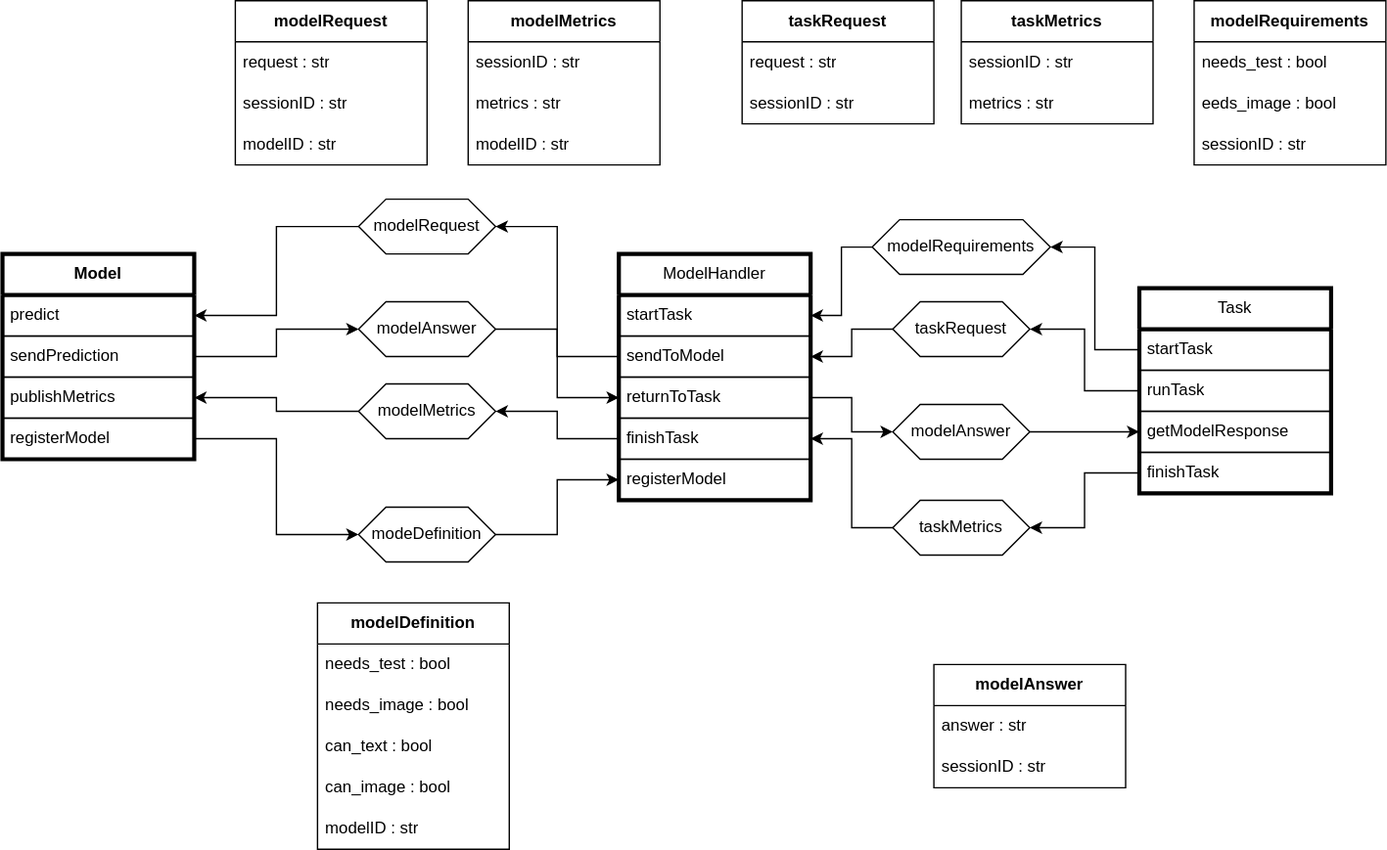
viivi-uhari/CollaborativeAI keeps this draw.io diagram as task_template/docs/threecomp_layout.svg. Above is the earlier version. Source tidied: cells renumbered, new cells last; positions are measured from the earlier drawing's top-left corner, leaving out a move shared by most shapes.
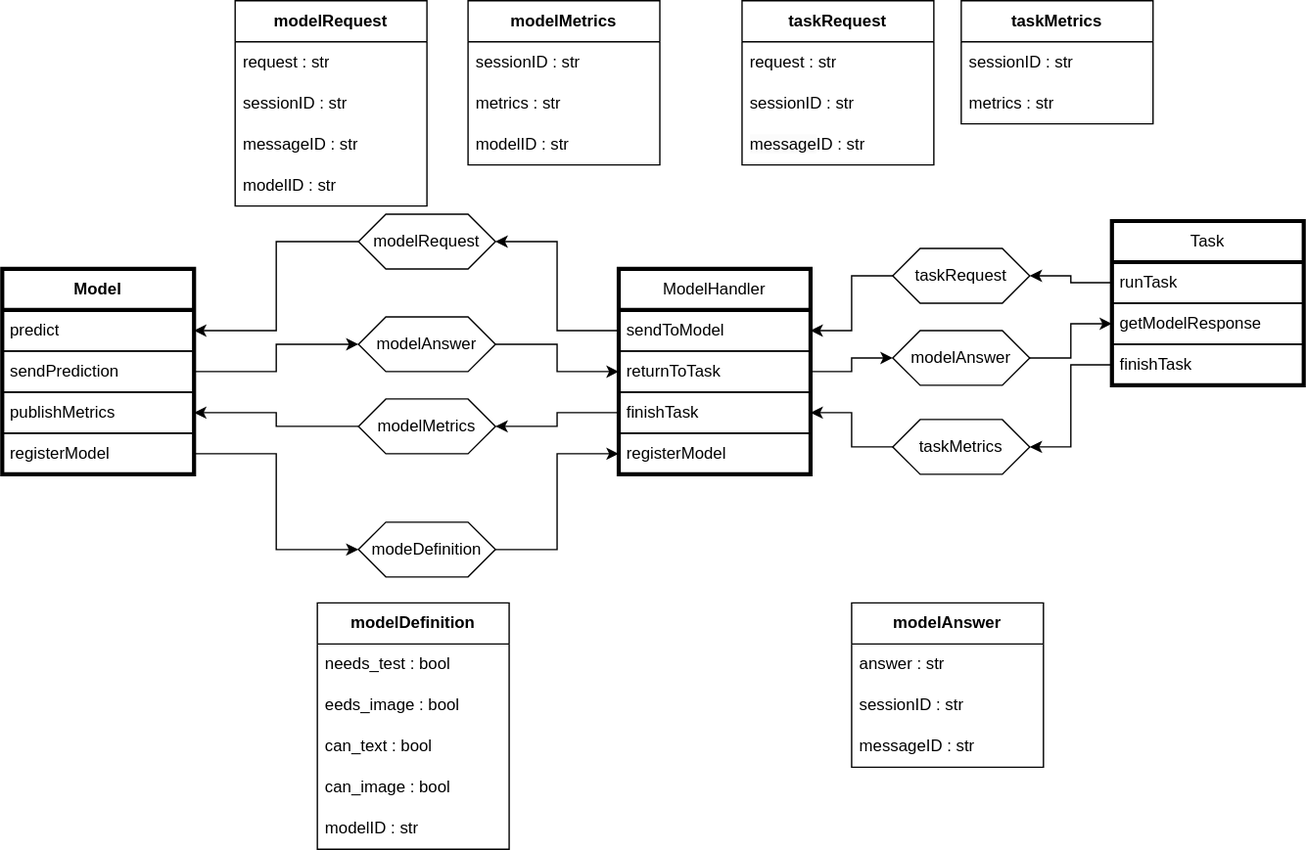
Above is the later version.

What changed in the source:
```diff
@@ -3,7 +3,7 @@
     <mxCell id="0" />
     <mxCell id="1" parent="0" />
     <mxCell id="2" value="&lt;b&gt;taskRequest&lt;/b&gt;" style="swimlane;fontStyle=0;horizontal=1;startSize=30;whiteSpace=wrap;html=1;" parent="1" vertex="1">
-      <mxGeometry x="540" width="140" height="90" as="geometry" />
+      <mxGeometry x="540" width="140" height="120" as="geometry" />
     </mxCell>
     <mxCell id="3" value="request : str" style="text;strokeColor=none;fillColor=none;align=left;verticalAlign=middle;spacingLeft=4;spacingRight=4;overflow=hidden;whiteSpace=wrap;html=1;" parent="2" vertex="1">
       <mxGeometry y="30" width="140" height="30" as="geometry" />
@@ -11,50 +11,47 @@
     <mxCell id="4" value="sessionID : str" style="text;strokeColor=none;fillColor=none;align=left;verticalAlign=middle;spacingLeft=4;spacingRight=4;overflow=hidden;whiteSpace=wrap;html=1;" parent="2" vertex="1">
       <mxGeometry y="60" width="140" height="30" as="geometry" />
     </mxCell>
+    <mxCell id="69" value="&lt;span style=&quot;color: rgb(0, 0, 0); font-family: Helvetica; font-size: 12px; font-style: normal; font-variant-ligatures: normal; font-variant-caps: normal; font-weight: 400; letter-spacing: normal; orphans: 2; text-align: left; text-indent: 0px; text-transform: none; widows: 2; word-spacing: 0px; -webkit-text-stroke-width: 0px; white-space: normal; background-color: rgb(251, 251, 251); text-decoration-thickness: initial; text-decoration-style: initial; text-decoration-color: initial; display: inline !important; float: none;&quot;&gt;message&lt;/span&gt;ID : str" style="text;strokeColor=none;fillColor=none;align=left;verticalAlign=middle;spacingLeft=4;spacingRight=4;overflow=hidden;whiteSpace=wrap;html=1;" parent="2" vertex="1">
+      <mxGeometry y="90" width="140" height="30" as="geometry" />
+    </mxCell>
     <mxCell id="5" style="edgeStyle=orthogonalEdgeStyle;rounded=0;jettySize=auto;html=1;exitX=0;exitY=0.5;exitDx=0;exitDy=0;entryX=1;entryY=0.5;entryDx=0;entryDy=0;" parent="1" edge="1" source="6" target="9">
       <mxGeometry relative="1" as="geometry" />
     </mxCell>
     <mxCell id="6" value="taskRequest" style="shape=hexagon;perimeter=hexagonPerimeter2;whiteSpace=wrap;html=1;fixedSize=1;" parent="1" vertex="1">
-      <mxGeometry x="650" y="220" width="100" height="40" as="geometry" />
+      <mxGeometry x="650" y="181" width="100" height="40" as="geometry" />
     </mxCell>
     <mxCell id="7" value="ModelHandler" style="swimlane;fontStyle=0;horizontal=1;startSize=30;whiteSpace=wrap;html=1;strokeWidth=3;" parent="1" vertex="1">
-      <mxGeometry x="450" y="185" width="140" height="180" as="geometry" />
+      <mxGeometry x="450" y="196" width="140" height="150" as="geometry" />
     </mxCell>
-    <mxCell id="8" value="startTask" style="text;strokeColor=default;fillColor=none;align=left;verticalAlign=middle;spacingLeft=4;spacingRight=4;overflow=hidden;points=[[0,0.5],[1,0.5]];portConstraint=eastwest;whiteSpace=wrap;html=1;" parent="7" vertex="1">
-      <mxGeometry y="30" width="140" height="30" as="geometry" />
-    </mxCell>
     <mxCell id="9" value="sendToModel" style="text;strokeColor=default;fillColor=none;align=left;verticalAlign=middle;spacingLeft=4;spacingRight=4;overflow=hidden;points=[[0,0.5],[1,0.5]];portConstraint=eastwest;whiteSpace=wrap;html=1;" parent="7" vertex="1">
-      <mxGeometry y="60" width="140" height="30" as="geometry" />
+      <mxGeometry y="30" width="140" height="30" as="geometry" />
     </mxCell>
     <mxCell id="10" value="returnToTask" style="text;strokeColor=default;fillColor=none;align=left;verticalAlign=middle;spacingLeft=4;spacingRight=4;overflow=hidden;points=[[0,0.5],[1,0.5]];portConstraint=eastwest;whiteSpace=wrap;html=1;" parent="7" vertex="1">
-      <mxGeometry y="90" width="140" height="30" as="geometry" />
+      <mxGeometry y="60" width="140" height="30" as="geometry" />
     </mxCell>
     <mxCell id="11" value="finishTask" style="text;strokeColor=default;fillColor=none;align=left;verticalAlign=middle;spacingLeft=4;spacingRight=4;overflow=hidden;points=[[0,0.5],[1,0.5]];portConstraint=eastwest;whiteSpace=wrap;html=1;" parent="7" vertex="1">
-      <mxGeometry y="120" width="140" height="30" as="geometry" />
+      <mxGeometry y="90" width="140" height="30" as="geometry" />
     </mxCell>
     <mxCell id="12" value="registerModel" style="text;strokeColor=default;fillColor=none;align=left;verticalAlign=middle;spacingLeft=4;spacingRight=4;overflow=hidden;points=[[0,0.5],[1,0.5]];portConstraint=eastwest;whiteSpace=wrap;html=1;" parent="7" vertex="1">
-      <mxGeometry y="150" width="140" height="30" as="geometry" />
+      <mxGeometry y="120" width="140" height="30" as="geometry" />
     </mxCell>
     <mxCell id="13" value="Task" style="swimlane;fontStyle=0;horizontal=1;startSize=30;whiteSpace=wrap;html=1;strokeWidth=3;" parent="1" vertex="1">
-      <mxGeometry x="830" y="210" width="140" height="150" as="geometry" />
+      <mxGeometry x="810" y="161" width="140" height="120" as="geometry" />
     </mxCell>
-    <mxCell id="14" value="startTask" style="text;strokeColor=default;fillColor=none;align=left;verticalAlign=middle;spacingLeft=4;spacingRight=4;overflow=hidden;points=[[0,0.5],[1,0.5]];portConstraint=eastwest;whiteSpace=wrap;html=1;" parent="13" vertex="1">
-      <mxGeometry y="30" width="140" height="30" as="geometry" />
-    </mxCell>
     <mxCell id="15" value="runTask" style="text;strokeColor=default;fillColor=none;align=left;verticalAlign=middle;spacingLeft=4;spacingRight=4;overflow=hidden;points=[[0,0.5],[1,0.5]];portConstraint=eastwest;whiteSpace=wrap;html=1;" parent="13" vertex="1">
-      <mxGeometry y="60" width="140" height="30" as="geometry" />
+      <mxGeometry y="30" width="140" height="30" as="geometry" />
     </mxCell>
     <mxCell id="16" value="getModelResponse" style="text;strokeColor=default;fillColor=none;align=left;verticalAlign=middle;spacingLeft=4;spacingRight=4;overflow=hidden;points=[[0,0.5],[1,0.5]];portConstraint=eastwest;whiteSpace=wrap;html=1;" parent="13" vertex="1">
-      <mxGeometry y="90" width="140" height="30" as="geometry" />
+      <mxGeometry y="60" width="140" height="30" as="geometry" />
     </mxCell>
     <mxCell id="17" value="finishTask" style="text;strokeColor=default;fillColor=none;align=left;verticalAlign=middle;spacingLeft=4;spacingRight=4;overflow=hidden;points=[[0,0.5],[1,0.5]];portConstraint=eastwest;whiteSpace=wrap;html=1;" parent="13" vertex="1">
-      <mxGeometry y="120" width="140" height="30" as="geometry" />
+      <mxGeometry y="90" width="140" height="30" as="geometry" />
     </mxCell>
     <mxCell id="18" style="edgeStyle=orthogonalEdgeStyle;rounded=0;jettySize=auto;html=1;exitX=0;exitY=0.5;exitDx=0;exitDy=0;entryX=1;entryY=0.5;entryDx=0;entryDy=0;" parent="1" edge="1" source="15" target="6">
       <mxGeometry relative="1" as="geometry" />
     </mxCell>
     <mxCell id="19" value="&lt;b&gt;modelAnswer&lt;/b&gt;" style="swimlane;fontStyle=0;horizontal=1;startSize=30;whiteSpace=wrap;html=1;" parent="1" vertex="1">
-      <mxGeometry x="680" y="485" width="140" height="90" as="geometry" />
+      <mxGeometry x="620" y="440" width="140" height="120" as="geometry" />
     </mxCell>
     <mxCell id="20" value="answer : str" style="text;strokeColor=none;fillColor=none;align=left;verticalAlign=middle;spacingLeft=4;spacingRight=4;overflow=hidden;whiteSpace=wrap;html=1;" parent="19" vertex="1">
       <mxGeometry y="30" width="140" height="30" as="geometry" />
@@ -62,8 +59,11 @@
     <mxCell id="21" value="sessionID : str" style="text;strokeColor=none;fillColor=none;align=left;verticalAlign=middle;spacingLeft=4;spacingRight=4;overflow=hidden;whiteSpace=wrap;html=1;" parent="19" vertex="1">
       <mxGeometry y="60" width="140" height="30" as="geometry" />
     </mxCell>
+    <mxCell id="70" value="messageID : str" style="text;strokeColor=none;fillColor=none;align=left;verticalAlign=middle;spacingLeft=4;spacingRight=4;overflow=hidden;whiteSpace=wrap;html=1;" parent="19" vertex="1">
+      <mxGeometry y="90" width="140" height="30" as="geometry" />
+    </mxCell>
     <mxCell id="22" value="&lt;b&gt;Model&lt;/b&gt;" style="swimlane;fontStyle=0;horizontal=1;startSize=30;whiteSpace=wrap;html=1;strokeWidth=3;" parent="1" vertex="1">
-      <mxGeometry y="185" width="140" height="150" as="geometry" />
+      <mxGeometry y="196" width="140" height="150" as="geometry" />
     </mxCell>
     <mxCell id="23" value="predict" style="text;strokeColor=default;fillColor=none;align=left;verticalAlign=middle;spacingLeft=4;spacingRight=4;overflow=hidden;points=[[0,0.5],[1,0.5]];portConstraint=eastwest;whiteSpace=wrap;html=1;" parent="22" vertex="1">
       <mxGeometry y="30" width="140" height="30" as="geometry" />
@@ -78,7 +78,7 @@
       <mxGeometry y="120" width="140" height="30" as="geometry" />
     </mxCell>
     <mxCell id="27" value="&lt;b&gt;modelRequest&lt;/b&gt;" style="swimlane;fontStyle=0;horizontal=1;startSize=30;whiteSpace=wrap;html=1;" parent="1" vertex="1">
-      <mxGeometry x="170" width="140" height="120" as="geometry" />
+      <mxGeometry x="170" width="140" height="150" as="geometry" />
     </mxCell>
     <mxCell id="28" value="request : str" style="text;strokeColor=none;fillColor=none;align=left;verticalAlign=middle;spacingLeft=4;spacingRight=4;overflow=hidden;whiteSpace=wrap;html=1;" parent="27" vertex="1">
       <mxGeometry y="30" width="140" height="30" as="geometry" />
@@ -86,8 +86,11 @@
     <mxCell id="29" value="sessionID : str" style="text;strokeColor=none;fillColor=none;align=left;verticalAlign=middle;spacingLeft=4;spacingRight=4;overflow=hidden;whiteSpace=wrap;html=1;" parent="27" vertex="1">
       <mxGeometry y="60" width="140" height="30" as="geometry" />
     </mxCell>
+    <mxCell id="71" value="messageID : str" style="text;strokeColor=none;fillColor=none;align=left;verticalAlign=middle;spacingLeft=4;spacingRight=4;overflow=hidden;whiteSpace=wrap;html=1;" parent="27" vertex="1">
+      <mxGeometry y="90" width="140" height="30" as="geometry" />
+    </mxCell>
     <mxCell id="30" value="modelID : str" style="text;strokeColor=none;fillColor=none;align=left;verticalAlign=middle;spacingLeft=4;spacingRight=4;overflow=hidden;whiteSpace=wrap;html=1;" parent="27" vertex="1">
-      <mxGeometry y="90" width="140" height="30" as="geometry" />
+      <mxGeometry y="120" width="140" height="30" as="geometry" />
     </mxCell>
     <mxCell id="31" value="&lt;b&gt;taskMetrics&lt;/b&gt;" style="swimlane;fontStyle=0;horizontal=1;startSize=30;whiteSpace=wrap;html=1;" parent="1" vertex="1">
       <mxGeometry x="700" width="140" height="90" as="geometry" />
@@ -114,19 +117,19 @@
       <mxGeometry relative="1" as="geometry" />
     </mxCell>
     <mxCell id="39" value="taskMetrics" style="shape=hexagon;perimeter=hexagonPerimeter2;whiteSpace=wrap;html=1;fixedSize=1;" parent="1" vertex="1">
-      <mxGeometry x="650" y="365" width="100" height="40" as="geometry" />
+      <mxGeometry x="650" y="306" width="100" height="40" as="geometry" />
     </mxCell>
     <mxCell id="40" style="edgeStyle=orthogonalEdgeStyle;rounded=0;jettySize=auto;html=1;exitX=0;exitY=0.5;exitDx=0;exitDy=0;entryX=1;entryY=0.5;entryDx=0;entryDy=0;" parent="1" edge="1" source="41" target="23">
       <mxGeometry relative="1" as="geometry" />
     </mxCell>
     <mxCell id="41" value="modelRequest" style="shape=hexagon;perimeter=hexagonPerimeter2;whiteSpace=wrap;html=1;fixedSize=1;" parent="1" vertex="1">
-      <mxGeometry x="260" y="145" width="100" height="40" as="geometry" />
+      <mxGeometry x="260" y="156" width="100" height="40" as="geometry" />
     </mxCell>
     <mxCell id="42" style="edgeStyle=orthogonalEdgeStyle;rounded=0;jettySize=auto;html=1;exitX=0;exitY=0.5;exitDx=0;exitDy=0;entryX=1;entryY=0.5;entryDx=0;entryDy=0;" parent="1" edge="1" source="43" target="25">
       <mxGeometry relative="1" as="geometry" />
     </mxCell>
     <mxCell id="43" value="modelMetrics" style="shape=hexagon;perimeter=hexagonPerimeter2;whiteSpace=wrap;html=1;fixedSize=1;" parent="1" vertex="1">
-      <mxGeometry x="260" y="280" width="100" height="40" as="geometry" />
+      <mxGeometry x="260" y="291" width="100" height="40" as="geometry" />
     </mxCell>
     <mxCell id="44" style="edgeStyle=orthogonalEdgeStyle;rounded=0;jettySize=auto;html=1;exitX=0;exitY=0.5;exitDx=0;exitDy=0;entryX=1;entryY=0.5;entryDx=0;entryDy=0;" parent="1" edge="1" source="9" target="41">
       <mxGeometry relative="1" as="geometry" />
@@ -138,7 +141,7 @@
       <mxGeometry relative="1" as="geometry" />
     </mxCell>
     <mxCell id="47" value="modeDefinition" style="shape=hexagon;perimeter=hexagonPerimeter2;whiteSpace=wrap;html=1;fixedSize=1;" parent="1" vertex="1">
-      <mxGeometry x="260" y="370" width="100" height="40" as="geometry" />
+      <mxGeometry x="260" y="381" width="100" height="40" as="geometry" />
     </mxCell>
     <mxCell id="48" value="&lt;b&gt;modelDefinition&lt;/b&gt;" style="swimlane;fontStyle=0;horizontal=1;startSize=30;whiteSpace=wrap;html=1;" parent="1" vertex="1">
       <mxGeometry x="230" y="440" width="140" height="180" as="geometry" />
@@ -146,7 +149,7 @@
     <mxCell id="49" value="needs_test : bool" style="text;strokeColor=none;fillColor=none;align=left;verticalAlign=middle;spacingLeft=4;spacingRight=4;overflow=hidden;whiteSpace=wrap;html=1;" parent="48" vertex="1">
       <mxGeometry y="30" width="140" height="30" as="geometry" />
     </mxCell>
-    <mxCell id="50" value="needs_image : bool" style="text;strokeColor=none;fillColor=none;align=left;verticalAlign=middle;spacingLeft=4;spacingRight=4;overflow=hidden;whiteSpace=wrap;html=1;" parent="48" vertex="1">
+    <mxCell id="50" value="eeds_image : bool" style="text;strokeColor=none;fillColor=none;align=left;verticalAlign=middle;spacingLeft=4;spacingRight=4;overflow=hidden;whiteSpace=wrap;html=1;" parent="48" vertex="1">
       <mxGeometry y="60" width="140" height="30" as="geometry" />
     </mxCell>
     <mxCell id="51" value="can_text : bool" style="text;strokeColor=none;fillColor=none;align=left;verticalAlign=middle;spacingLeft=4;spacingRight=4;overflow=hidden;whiteSpace=wrap;html=1;" parent="48" vertex="1">
@@ -165,7 +168,7 @@
       <mxGeometry relative="1" as="geometry" />
     </mxCell>
     <mxCell id="56" value="modelAnswer" style="shape=hexagon;perimeter=hexagonPerimeter2;whiteSpace=wrap;html=1;fixedSize=1;" parent="1" vertex="1">
-      <mxGeometry x="260" y="220" width="100" height="40" as="geometry" />
+      <mxGeometry x="260" y="231" width="100" height="40" as="geometry" />
     </mxCell>
     <mxCell id="57" style="edgeStyle=orthogonalEdgeStyle;rounded=0;jettySize=auto;html=1;exitX=1;exitY=0.5;exitDx=0;exitDy=0;" parent="1" edge="1" source="24" target="56">
       <mxGeometry relative="1" as="geometry" />
@@ -174,7 +177,7 @@
       <mxGeometry relative="1" as="geometry" />
     </mxCell>
     <mxCell id="59" value="modelAnswer" style="shape=hexagon;perimeter=hexagonPerimeter2;whiteSpace=wrap;html=1;fixedSize=1;" parent="1" vertex="1">
-      <mxGeometry x="650" y="295" width="100" height="40" as="geometry" />
+      <mxGeometry x="650" y="241" width="100" height="40" as="geometry" />
     </mxCell>
     <mxCell id="60" style="edgeStyle=orthogonalEdgeStyle;rounded=0;jettySize=auto;html=1;exitX=1;exitY=0.5;exitDx=0;exitDy=0;entryX=0;entryY=0.5;entryDx=0;entryDy=0;" parent="1" edge="1" source="10" target="59">
       <mxGeometry relative="1" as="geometry" />
@@ -182,26 +185,5 @@
     <mxCell id="61" style="edgeStyle=orthogonalEdgeStyle;rounded=0;jettySize=auto;html=1;exitX=0;exitY=0.5;exitDx=0;exitDy=0;entryX=1;entryY=0.5;entryDx=0;entryDy=0;" parent="1" edge="1" source="17" target="39">
       <mxGeometry relative="1" as="geometry" />
     </mxCell>
-    <mxCell id="62" value="&lt;b&gt;modelRequirements&lt;/b&gt;" style="swimlane;fontStyle=0;horizontal=1;startSize=30;whiteSpace=wrap;html=1;" parent="1" vertex="1">
-      <mxGeometry x="870" width="140" height="120" as="geometry" />
-    </mxCell>
-    <mxCell id="63" value="needs_test : bool" style="text;strokeColor=none;fillColor=none;align=left;verticalAlign=middle;spacingLeft=4;spacingRight=4;overflow=hidden;whiteSpace=wrap;html=1;" parent="62" vertex="1">
-      <mxGeometry y="30" width="140" height="30" as="geometry" />
-    </mxCell>
-    <mxCell id="64" value="eeds_image : bool" style="text;strokeColor=none;fillColor=none;align=left;verticalAlign=middle;spacingLeft=4;spacingRight=4;overflow=hidden;whiteSpace=wrap;html=1;" parent="62" vertex="1">
-      <mxGeometry y="60" width="140" height="30" as="geometry" />
-    </mxCell>
-    <mxCell id="65" value="sessionID : str" style="text;strokeColor=none;fillColor=none;align=left;verticalAlign=middle;spacingLeft=4;spacingRight=4;overflow=hidden;whiteSpace=wrap;html=1;" parent="62" vertex="1">
-      <mxGeometry y="90" width="140" height="30" as="geometry" />
-    </mxCell>
-    <mxCell id="66" style="edgeStyle=orthogonalEdgeStyle;rounded=0;jettySize=auto;html=1;exitX=0;exitY=0.5;exitDx=0;exitDy=0;entryX=1;entryY=0.5;entryDx=0;entryDy=0;" parent="1" edge="1" source="67" target="8">
-      <mxGeometry relative="1" as="geometry" />
-    </mxCell>
-    <mxCell id="67" value="modelRequirements" style="shape=hexagon;perimeter=hexagonPerimeter2;whiteSpace=wrap;html=1;fixedSize=1;" parent="1" vertex="1">
-      <mxGeometry x="635" y="160" width="130" height="40" as="geometry" />
-    </mxCell>
-    <mxCell id="68" style="edgeStyle=orthogonalEdgeStyle;rounded=0;jettySize=auto;html=1;exitX=0;exitY=0.5;exitDx=0;exitDy=0;entryX=1;entryY=0.5;entryDx=0;entryDy=0;" parent="1" edge="1" source="14" target="67">
-      <mxGeometry relative="1" as="geometry" />
-    </mxCell>
   </root>
 </mxGraphModel>
```
